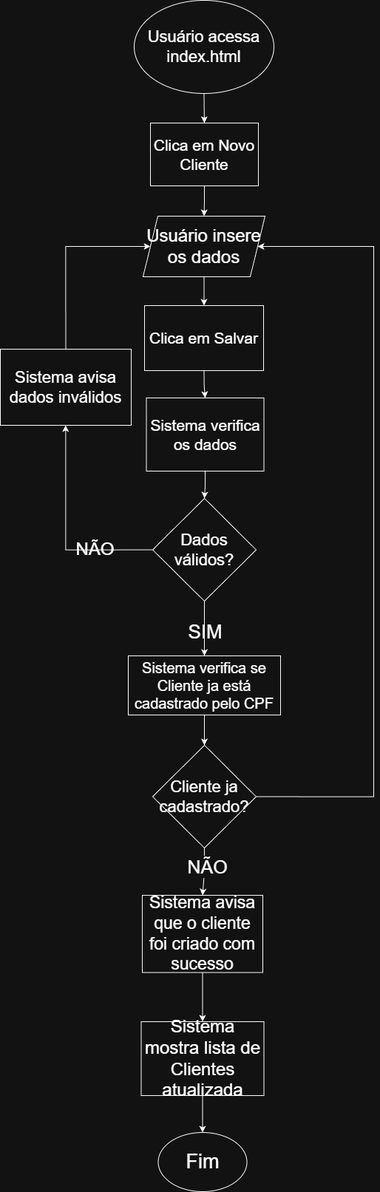
Earlier version of the draw.io export entregaveis/FluxogramaCadastroCliente.png (AbadeMTH/Desafio-Tecnico-Muralis-2026). Source tidied: cells renumbered, new cells last; positions are measured from the earlier drawing's top-left corner, leaving out a move shared by most shapes.
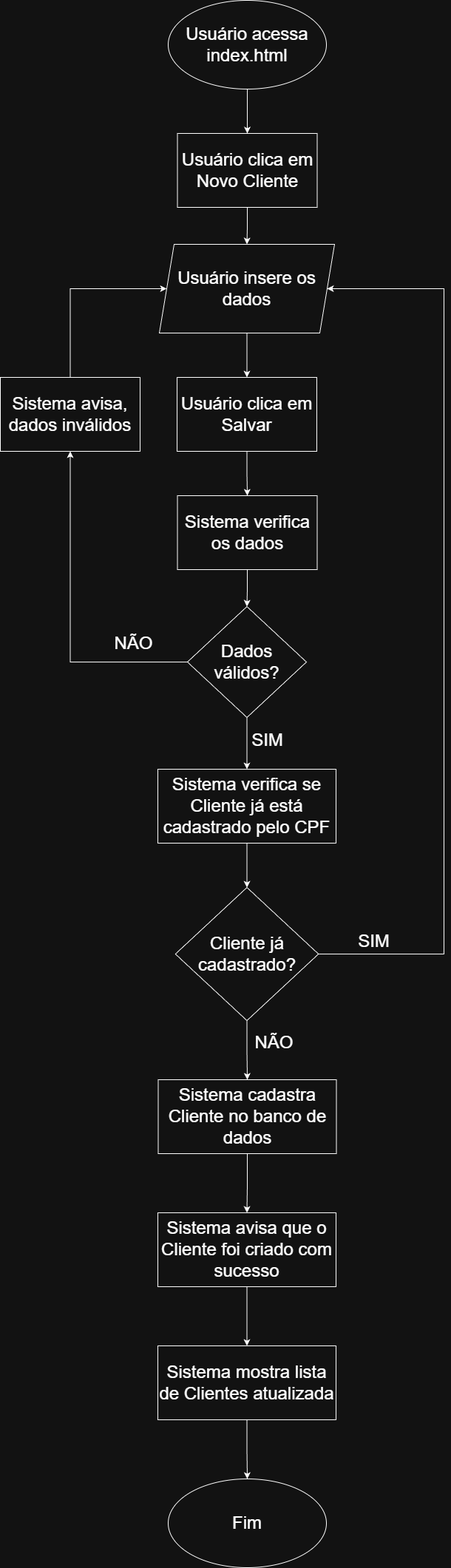
After the commit.

Commit message:
docs: Altera gramática do README e dados do fluxograma

Change to the diagram source:
```diff
@@ -2,98 +2,113 @@
   <root>
     <mxCell id="0" />
     <mxCell id="1" parent="0" />
-    <mxCell id="2" style="edgeStyle=orthogonalEdgeStyle;rounded=0;jettySize=auto;html=1;exitX=0.5;exitY=1;exitDx=0;exitDy=0;entryX=0.5;entryY=0;entryDx=0;entryDy=0;labelBackgroundColor=none;fontColor=default;" parent="1" edge="1" source="9" target="4">
-      <mxGeometry relative="1" as="geometry" />
-    </mxCell>
-    <mxCell id="3" style="edgeStyle=orthogonalEdgeStyle;rounded=0;jettySize=auto;html=1;exitX=0.5;exitY=1;exitDx=0;exitDy=0;entryX=0.5;entryY=0;entryDx=0;entryDy=0;labelBackgroundColor=none;fontColor=default;" parent="1" edge="1" source="4" target="6">
-      <mxGeometry relative="1" as="geometry" />
-    </mxCell>
-    <mxCell id="4" value="Clica em Novo Cliente" style="rounded=0;whiteSpace=wrap;html=1;labelBackgroundColor=none;fontSize=21;" parent="1" vertex="1">
-      <mxGeometry x="203" y="166" width="146" height="85" as="geometry" />
-    </mxCell>
-    <mxCell id="5" style="edgeStyle=orthogonalEdgeStyle;rounded=0;jettySize=auto;html=1;exitX=0.5;exitY=1;exitDx=0;exitDy=0;entryX=0.5;entryY=0;entryDx=0;entryDy=0;labelBackgroundColor=none;fontColor=default;" parent="1" edge="1" source="6" target="8">
-      <mxGeometry relative="1" as="geometry" />
-    </mxCell>
+    <mxCell id="30" style="edgeStyle=orthogonalEdgeStyle;rounded=0;jettySize=auto;html=1;exitX=0.5;exitY=1;exitDx=0;exitDy=0;" parent="1" edge="1" source="9" target="32">
+      <mxGeometry relative="1" as="geometry" />
+    </mxCell>
+    <mxCell id="9" value="Usuário acessa index.html" style="ellipse;whiteSpace=wrap;html=1;fontSize=24;" parent="1" vertex="1">
+      <mxGeometry x="169" y="-25" width="214" height="120" as="geometry" />
+    </mxCell>
+    <mxCell id="31" style="edgeStyle=orthogonalEdgeStyle;rounded=0;jettySize=auto;html=1;exitX=0.5;exitY=1;exitDx=0;exitDy=0;entryX=0.5;entryY=0;entryDx=0;entryDy=0;" parent="1" edge="1" source="32" target="6">
+      <mxGeometry relative="1" as="geometry" />
+    </mxCell>
+    <mxCell id="32" value="Usuário clica em Novo Cliente" style="rounded=0;whiteSpace=wrap;html=1;fontSize=24;" parent="1" vertex="1">
+      <mxGeometry x="181.5" y="155" width="189" height="100" as="geometry" />
+    </mxCell>
+    <mxCell id="33" style="edgeStyle=orthogonalEdgeStyle;rounded=0;jettySize=auto;html=1;exitX=0.5;exitY=1;exitDx=0;exitDy=0;entryX=0.5;entryY=0;entryDx=0;entryDy=0;" parent="1" edge="1" source="6" target="35">
+      <mxGeometry relative="1" as="geometry" />
+    </mxCell>
-    <mxCell id="6" value="Usuário insere os dados" style="shape=parallelogram;perimeter=parallelogramPerimeter;whiteSpace=wrap;html=1;fixedSize=1;labelBackgroundColor=none;fontSize=24;" parent="1" vertex="1">
-      <mxGeometry x="193" y="292" width="165" height="82" as="geometry" />
+    <mxCell id="6" value="Usuário insere os dados" style="shape=parallelogram;perimeter=parallelogramPerimeter;whiteSpace=wrap;html=1;fixedSize=1;fontSize=24;" parent="1" vertex="1">
+      <mxGeometry x="157" y="305" width="237" height="120" as="geometry" />
     </mxCell>
-    <mxCell id="7" style="edgeStyle=orthogonalEdgeStyle;rounded=0;jettySize=auto;html=1;exitX=0.5;exitY=1;exitDx=0;exitDy=0;labelBackgroundColor=none;fontColor=default;" parent="1" edge="1" source="8" target="11">
-      <mxGeometry relative="1" as="geometry" />
-    </mxCell>
-    <mxCell id="8" value="Clica em Salvar" style="rounded=0;whiteSpace=wrap;html=1;labelBackgroundColor=none;fontSize=21;" parent="1" vertex="1">
-      <mxGeometry x="195" y="413" width="161" height="88" as="geometry" />
-    </mxCell>
-    <mxCell id="9" value="Usuário acessa index.html" style="ellipse;whiteSpace=wrap;html=1;labelBackgroundColor=none;fontSize=22;" parent="1" vertex="1">
-      <mxGeometry x="181" width="189" height="126" as="geometry" />
-    </mxCell>
+    <mxCell id="34" style="edgeStyle=orthogonalEdgeStyle;rounded=0;jettySize=auto;html=1;exitX=0.5;exitY=1;exitDx=0;exitDy=0;" parent="1" edge="1" source="35" target="11">
+      <mxGeometry relative="1" as="geometry" />
+    </mxCell>
+    <mxCell id="35" value="Usuário clica em Salvar" style="rounded=0;whiteSpace=wrap;html=1;fontSize=24;" parent="1" vertex="1">
+      <mxGeometry x="181" y="485" width="189" height="100" as="geometry" />
+    </mxCell>
-    <mxCell id="10" style="edgeStyle=orthogonalEdgeStyle;rounded=0;jettySize=auto;html=1;exitX=0.5;exitY=1;exitDx=0;exitDy=0;labelBackgroundColor=none;fontColor=default;" parent="1" edge="1" source="11" target="16">
+    <mxCell id="10" style="edgeStyle=orthogonalEdgeStyle;rounded=0;jettySize=auto;html=1;exitX=0.5;exitY=1;exitDx=0;exitDy=0;entryX=0.5;entryY=0;entryDx=0;entryDy=0;" parent="1" edge="1" source="11" target="16">
       <mxGeometry relative="1" as="geometry" />
     </mxCell>
-    <mxCell id="11" value="Sistema verifica os dados" style="rounded=0;whiteSpace=wrap;html=1;labelBackgroundColor=none;fontSize=21;" parent="1" vertex="1">
-      <mxGeometry x="197.5" y="538" width="159" height="99" as="geometry" />
+    <mxCell id="11" value="Sistema verifica os dados" style="rounded=0;whiteSpace=wrap;html=1;fontSize=24;" parent="1" vertex="1">
+      <mxGeometry x="181.5" y="645" width="189" height="100" as="geometry" />
     </mxCell>
-    <mxCell id="12" style="edgeStyle=orthogonalEdgeStyle;rounded=0;jettySize=auto;html=1;exitX=0;exitY=0.5;exitDx=0;exitDy=0;labelBackgroundColor=none;fontColor=default;" parent="1" edge="1" source="16" target="18">
-      <mxGeometry relative="1" as="geometry" />
-    </mxCell>
-    <mxCell id="13" value="NÃO" style="edgeLabel;html=1;align=center;verticalAlign=middle;labelBackgroundColor=none;fontSize=24;" parent="12" vertex="1">
-      <mxGeometry x="-0.45" y="-2" relative="1" as="geometry" />
-    </mxCell>
-    <mxCell id="14" style="edgeStyle=orthogonalEdgeStyle;rounded=0;jettySize=auto;html=1;exitX=0.5;exitY=1;exitDx=0;exitDy=0;labelBackgroundColor=none;fontColor=default;" parent="1" edge="1" source="16" target="25">
-      <mxGeometry relative="1" as="geometry" />
-    </mxCell>
-    <mxCell id="15" value="SIM" style="edgeLabel;html=1;align=center;verticalAlign=middle;labelBackgroundColor=none;fontSize=26;" parent="14" vertex="1">
-      <mxGeometry x="0.12" y="-1" relative="1" as="geometry" />
-    </mxCell>
+    <mxCell id="36" style="edgeStyle=orthogonalEdgeStyle;rounded=0;jettySize=auto;html=1;exitX=0;exitY=0.5;exitDx=0;exitDy=0;entryX=0.5;entryY=1;entryDx=0;entryDy=0;" parent="1" edge="1" source="16" target="41">
+      <mxGeometry relative="1" as="geometry" />
+    </mxCell>
+    <mxCell id="37" value="NÃO" style="edgeLabel;html=1;align=center;verticalAlign=middle;fontSize=24;" parent="36" vertex="1">
+      <mxGeometry x="-0.71" y="-2" relative="1" as="geometry">
+        <mxPoint x="-9" y="-23" as="offset" />
+      </mxGeometry>
+    </mxCell>
+    <mxCell id="38" style="edgeStyle=orthogonalEdgeStyle;rounded=0;jettySize=auto;html=1;exitX=0.5;exitY=1;exitDx=0;exitDy=0;entryX=0.5;entryY=0;entryDx=0;entryDy=0;" parent="1" edge="1" source="16" target="43">
+      <mxGeometry relative="1" as="geometry" />
+    </mxCell>
+    <mxCell id="39" value="SIM" style="edgeLabel;html=1;align=center;verticalAlign=middle;fontSize=24;" parent="38" vertex="1">
+      <mxGeometry x="-0.34" relative="1" as="geometry">
+        <mxPoint x="27" y="7" as="offset" />
+      </mxGeometry>
+    </mxCell>
-    <mxCell id="16" value="Dados válidos?" style="rhombus;whiteSpace=wrap;html=1;labelBackgroundColor=none;fontSize=22;" parent="1" vertex="1">
-      <mxGeometry x="206" y="674" width="140" height="139" as="geometry" />
+    <mxCell id="16" value="Dados válidos?" style="rhombus;whiteSpace=wrap;html=1;fontSize=24;" parent="1" vertex="1">
+      <mxGeometry x="195" y="795" width="161" height="150" as="geometry" />
     </mxCell>
-    <mxCell id="17" style="edgeStyle=orthogonalEdgeStyle;rounded=0;jettySize=auto;html=1;exitX=0.5;exitY=0;exitDx=0;exitDy=0;entryX=0;entryY=0.5;entryDx=0;entryDy=0;labelBackgroundColor=none;fontColor=default;" parent="1" edge="1" source="18" target="6">
-      <mxGeometry relative="1" as="geometry">
-        <Array as="points">
-          <mxPoint x="89" y="333" />
-        </Array>
-      </mxGeometry>
-    </mxCell>
-    <mxCell id="18" value="Sistema avisa dados inválidos" style="rounded=0;whiteSpace=wrap;html=1;labelBackgroundColor=none;fontSize=22;" parent="1" vertex="1">
-      <mxGeometry y="472" width="177" height="103" as="geometry" />
-    </mxCell>
+    <mxCell id="40" style="edgeStyle=orthogonalEdgeStyle;rounded=0;jettySize=auto;html=1;exitX=0.5;exitY=0;exitDx=0;exitDy=0;entryX=0;entryY=0.5;entryDx=0;entryDy=0;" parent="1" edge="1" source="41" target="6">
+      <mxGeometry relative="1" as="geometry">
+        <Array as="points">
+          <mxPoint x="37" y="365" />
+        </Array>
+      </mxGeometry>
+    </mxCell>
+    <mxCell id="41" value="Sistema avisa, dados inválidos" style="rounded=0;whiteSpace=wrap;html=1;fontSize=24;" parent="1" vertex="1">
+      <mxGeometry x="-58" y="485" width="189" height="100" as="geometry" />
+    </mxCell>
+    <mxCell id="42" style="edgeStyle=orthogonalEdgeStyle;rounded=0;jettySize=auto;html=1;exitX=0.5;exitY=1;exitDx=0;exitDy=0;" parent="1" edge="1" source="43" target="46">
+      <mxGeometry relative="1" as="geometry" />
+    </mxCell>
+    <mxCell id="43" value="Sistema verifica se Cliente já está cadastrado pelo CPF" style="rounded=0;whiteSpace=wrap;html=1;fontSize=24;" parent="1" vertex="1">
+      <mxGeometry x="155" y="1015" width="241" height="100" as="geometry" />
+    </mxCell>
+    <mxCell id="44" style="edgeStyle=orthogonalEdgeStyle;rounded=0;jettySize=auto;html=1;exitX=1;exitY=0.5;exitDx=0;exitDy=0;entryX=1;entryY=0.5;entryDx=0;entryDy=0;" parent="1" edge="1" source="46" target="6">
+      <mxGeometry relative="1" as="geometry">
+        <Array as="points">
+          <mxPoint x="542" y="1265" />
+          <mxPoint x="542" y="365" />
+        </Array>
+      </mxGeometry>
+    </mxCell>
+    <mxCell id="45" style="edgeStyle=orthogonalEdgeStyle;rounded=0;jettySize=auto;html=1;exitX=0.5;exitY=1;exitDx=0;exitDy=0;" parent="1" edge="1" source="46" target="52">
+      <mxGeometry relative="1" as="geometry" />
+    </mxCell>
+    <mxCell id="46" value="Cliente já cadastrado?" style="rhombus;whiteSpace=wrap;html=1;fontSize=24;" parent="1" vertex="1">
+      <mxGeometry x="178.8" y="1175" width="193.5" height="180" as="geometry" />
+    </mxCell>
+    <mxCell id="47" value="SIM" style="edgeLabel;html=1;align=center;verticalAlign=middle;fontSize=24;" parent="1" vertex="1">
+      <mxGeometry x="452" y="1065" as="geometry">
+        <mxPoint x="-5" y="183" as="offset" />
+      </mxGeometry>
+    </mxCell>
+    <mxCell id="48" style="edgeStyle=orthogonalEdgeStyle;rounded=0;jettySize=auto;html=1;exitX=0.5;exitY=1;exitDx=0;exitDy=0;entryX=0.5;entryY=0;entryDx=0;entryDy=0;" parent="1" edge="1" source="49" target="20">
+      <mxGeometry relative="1" as="geometry" />
+    </mxCell>
+    <mxCell id="49" value="Sistema avisa que o Cliente foi criado com sucesso" style="rounded=0;whiteSpace=wrap;html=1;fontSize=24;" parent="1" vertex="1">
+      <mxGeometry x="155" y="1615" width="241" height="100" as="geometry" />
+    </mxCell>
+    <mxCell id="50" value="NÃO" style="edgeLabel;html=1;align=center;verticalAlign=middle;fontSize=24;" parent="1" vertex="1">
+      <mxGeometry x="312" y="1385" as="geometry" />
+    </mxCell>
-    <mxCell id="19" style="edgeStyle=orthogonalEdgeStyle;rounded=0;jettySize=auto;html=1;exitX=0.5;exitY=1;exitDx=0;exitDy=0;entryX=0.5;entryY=0;entryDx=0;entryDy=0;labelBackgroundColor=none;fontColor=default;" parent="1" edge="1" source="20" target="21">
+    <mxCell id="19" style="edgeStyle=orthogonalEdgeStyle;rounded=0;jettySize=auto;html=1;exitX=0.5;exitY=1;exitDx=0;exitDy=0;entryX=0.5;entryY=0;entryDx=0;entryDy=0;" parent="1" edge="1" source="20" target="21">
       <mxGeometry relative="1" as="geometry" />
     </mxCell>
-    <mxCell id="20" value="Sistema mostra lista de Clientes atualizada" style="rounded=0;whiteSpace=wrap;html=1;labelBackgroundColor=none;fontSize=24;" parent="1" vertex="1">
-      <mxGeometry x="190.5" y="1382" width="166" height="100" as="geometry" />
+    <mxCell id="20" value="Sistema mostra lista de Clientes atualizada" style="rounded=0;whiteSpace=wrap;html=1;fontSize=24;" parent="1" vertex="1">
+      <mxGeometry x="155" y="1795" width="241" height="100" as="geometry" />
     </mxCell>
-    <mxCell id="21" value="Fim" style="ellipse;whiteSpace=wrap;html=1;labelBackgroundColor=none;fontSize=27;" parent="1" vertex="1">
-      <mxGeometry x="213.5" y="1532" width="120" height="80" as="geometry" />
+    <mxCell id="21" value="Fim" style="ellipse;whiteSpace=wrap;html=1;fontSize=24;" parent="1" vertex="1">
+      <mxGeometry x="169" y="1975" width="214" height="120" as="geometry" />
     </mxCell>
-    <mxCell id="22" style="edgeStyle=orthogonalEdgeStyle;rounded=0;jettySize=auto;html=1;exitX=0.5;exitY=1;exitDx=0;exitDy=0;entryX=0.5;entryY=0;entryDx=0;entryDy=0;" parent="1" edge="1" source="23" target="20">
-      <mxGeometry relative="1" as="geometry" />
-    </mxCell>
-    <mxCell id="23" value="Sistema avisa que o cliente foi criado com sucesso" style="rounded=0;whiteSpace=wrap;html=1;labelBackgroundColor=none;fontSize=23;" parent="1" vertex="1">
-      <mxGeometry x="192" y="1211" width="163" height="104.5" as="geometry" />
-    </mxCell>
-    <mxCell id="24" style="edgeStyle=orthogonalEdgeStyle;rounded=0;jettySize=auto;html=1;exitX=0.5;exitY=1;exitDx=0;exitDy=0;entryX=0.5;entryY=0;entryDx=0;entryDy=0;" parent="1" edge="1" source="25" target="29">
-      <mxGeometry relative="1" as="geometry" />
-    </mxCell>
-    <mxCell id="25" value="Sistema verifica se Cliente ja está cadastrado pelo CPF" style="rounded=0;whiteSpace=wrap;html=1;fontSize=20;" parent="1" vertex="1">
-      <mxGeometry x="173" y="887" width="206" height="80" as="geometry" />
-    </mxCell>
-    <mxCell id="26" style="edgeStyle=orthogonalEdgeStyle;rounded=0;jettySize=auto;html=1;exitX=0.5;exitY=1;exitDx=0;exitDy=0;entryX=0.5;entryY=0;entryDx=0;entryDy=0;" parent="1" edge="1" source="29" target="23">
-      <mxGeometry relative="1" as="geometry" />
-    </mxCell>
-    <mxCell id="27" value="NÃO" style="edgeLabel;html=1;align=center;verticalAlign=middle;fontSize=25;" parent="26" vertex="1">
-      <mxGeometry x="-0.34" y="2" relative="1" as="geometry" />
-    </mxCell>
-    <mxCell id="28" style="edgeStyle=orthogonalEdgeStyle;rounded=0;jettySize=auto;html=1;exitX=1;exitY=0.5;exitDx=0;exitDy=0;entryX=1;entryY=0.5;entryDx=0;entryDy=0;" parent="1" edge="1" source="29" target="6">
-      <mxGeometry relative="1" as="geometry">
-        <Array as="points">
-          <mxPoint x="505" y="1077" />
-          <mxPoint x="505" y="333" />
-        </Array>
-      </mxGeometry>
-    </mxCell>
-    <mxCell id="29" value="Cliente ja cadastrado?" style="rhombus;whiteSpace=wrap;html=1;labelBackgroundColor=none;fontSize=22;" parent="1" vertex="1">
-      <mxGeometry x="206" y="1008" width="140" height="139" as="geometry" />
-    </mxCell>
+    <mxCell id="51" style="edgeStyle=orthogonalEdgeStyle;rounded=0;jettySize=auto;html=1;exitX=0.5;exitY=1;exitDx=0;exitDy=0;entryX=0.5;entryY=0;entryDx=0;entryDy=0;" parent="1" edge="1" source="52" target="49">
+      <mxGeometry relative="1" as="geometry" />
+    </mxCell>
+    <mxCell id="52" value="Sistema cadastra Cliente no banco de dados" style="rounded=0;whiteSpace=wrap;html=1;fontSize=24;" parent="1" vertex="1">
+      <mxGeometry x="155.5" y="1435" width="241" height="100" as="geometry" />
+    </mxCell>
   </root>
 </mxGraphModel>
```
